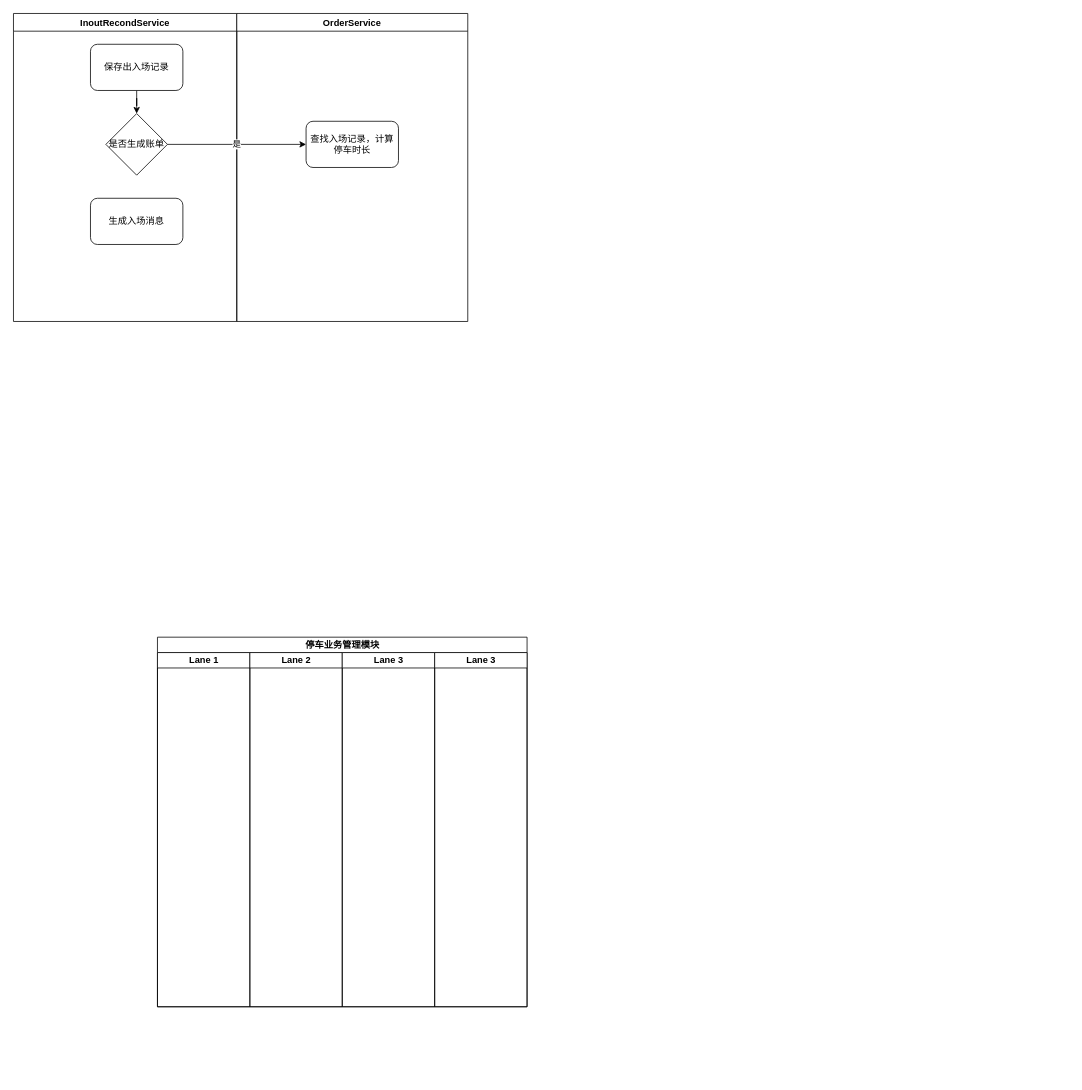
This is page "生成账单流程" (3 of 4) of hg/sm@rtpark/Untitled Diagram.drawio from yywyuwei/BusinessProcess, a draw.io file, before an edit. Source tidied: cells renumbered, new cells numbered last; positions are measured from the earlier drawing's top-left corner, leaving out a move shared by most shapes. Both pictures are drawn from the tidied source at 77%, with x=0, y=0 at pixel (13, 13).
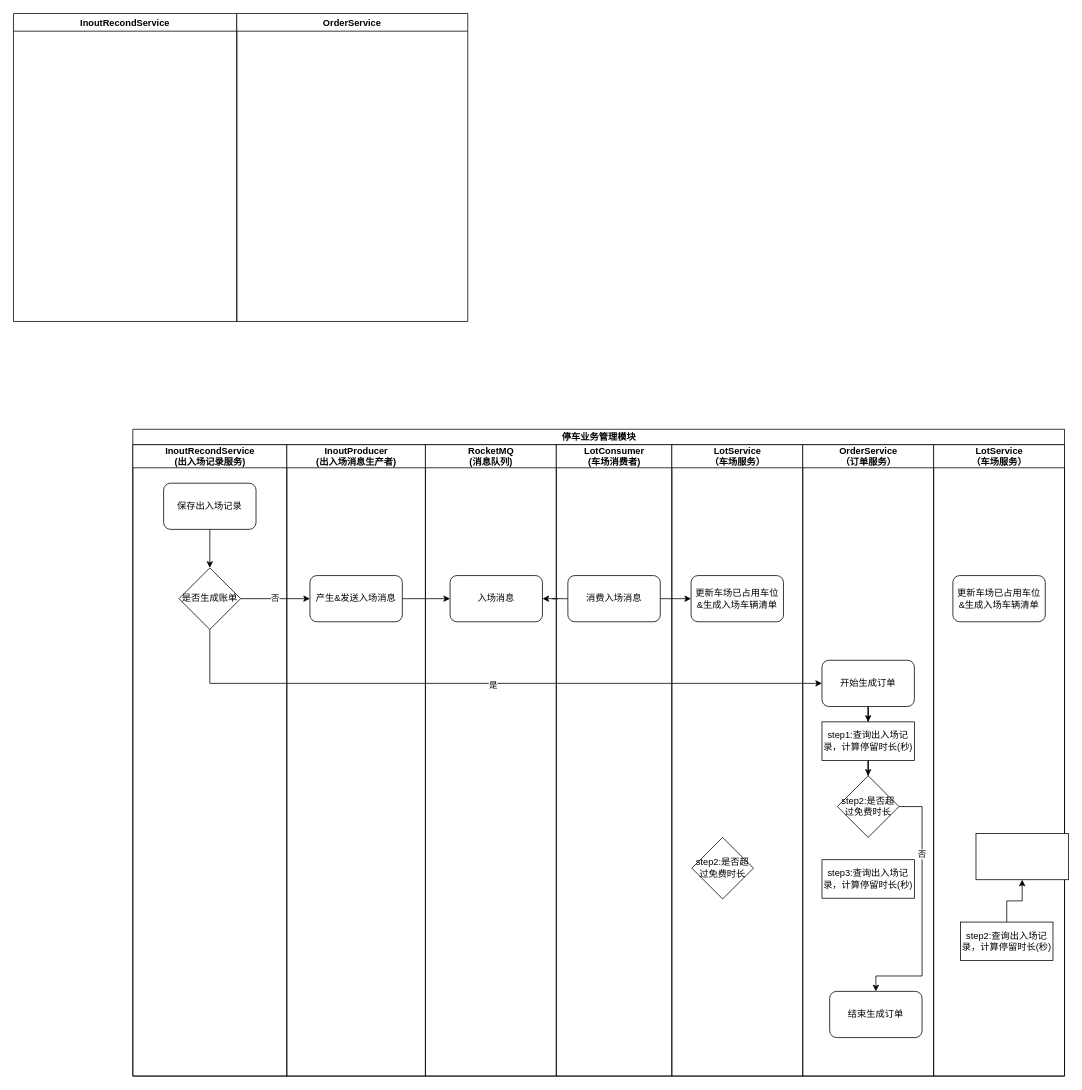
After the change.

Unchanged cells that the change refers to:
```xml
<mxCell id="2" style="group;" parent="1" vertex="1">
  <mxGeometry width="790" height="400" as="geometry" />
</mxCell>
<mxCell id="3" value="InoutRecondService" style="swimlane;" parent="2" vertex="1">
  <mxGeometry width="290" height="400" as="geometry" />
</mxCell>
```

Diff of the diagram source:
```diff
@@
-    <mxCell id="4" style="edgeStyle=orthogonalEdgeStyle;rounded=0;jettySize=auto;html=1;exitX=0.5;exitY=1;exitDx=0;exitDy=0;" parent="3" edge="1" source="5" target="6">
-      <mxGeometry relative="1" as="geometry" />
-    </mxCell>
+    <mxCell id="8" value="OrderService" style="swimlane;" parent="2" vertex="1">
+      <mxGeometry x="290" width="300" height="400" as="geometry" />
+    </mxCell>
+    <mxCell id="11" value="&lt;div&gt;停车业务管理模块&lt;/div&gt;" style="swimlane;html=1;startSize=20;" parent="1" vertex="1">
+      <mxGeometry x="155" y="540" width="1210" height="840" as="geometry" />
+    </mxCell>
+    <mxCell id="12" value="InoutRecondService&lt;br&gt;&lt;div&gt;(出入场记录服务)&lt;/div&gt;" style="swimlane;html=1;startSize=30;" parent="11" vertex="1">
+      <mxGeometry y="20" width="200" height="820" as="geometry" />
+    </mxCell>
-    <mxCell id="5" value="保存出入场记录" style="rounded=1;whiteSpace=wrap;html=1;" parent="3" vertex="1">
-      <mxGeometry x="100" y="40" width="120" height="60" as="geometry" />
+    <mxCell id="5" value="保存出入场记录" style="rounded=1;whiteSpace=wrap;html=1;" parent="12" vertex="1">
+      <mxGeometry x="40" y="50" width="120" height="60" as="geometry" />
     </mxCell>
-    <mxCell id="6" value="是否生成账单" style="rhombus;whiteSpace=wrap;html=1;" parent="3" vertex="1">
-      <mxGeometry x="120" y="130" width="80" height="80" as="geometry" />
+    <mxCell id="6" value="是否生成账单" style="rhombus;whiteSpace=wrap;html=1;" parent="12" vertex="1">
+      <mxGeometry x="60" y="160" width="80" height="80" as="geometry" />
     </mxCell>
+    <mxCell id="4" style="edgeStyle=orthogonalEdgeStyle;rounded=0;jettySize=auto;html=1;exitX=0.5;exitY=1;exitDx=0;exitDy=0;" parent="12" edge="1" source="5" target="6">
+      <mxGeometry relative="1" as="geometry" />
+    </mxCell>
+    <mxCell id="13" value="InoutProducer&lt;br&gt;&lt;div&gt;(出入场消息生产者)&lt;/div&gt;" style="swimlane;html=1;startSize=30;" parent="11" vertex="1">
+      <mxGeometry x="200" y="20" width="180" height="820" as="geometry" />
+    </mxCell>
-    <mxCell id="7" value="生成入场消息" style="rounded=1;whiteSpace=wrap;html=1;" parent="3" vertex="1">
-      <mxGeometry x="100" y="240" width="120" height="60" as="geometry" />
+    <mxCell id="7" value="产生&amp;amp;发送入场消息" style="rounded=1;whiteSpace=wrap;html=1;" parent="13" vertex="1">
+      <mxGeometry x="30" y="170" width="120" height="60" as="geometry" />
     </mxCell>
-    <mxCell id="8" value="OrderService" style="swimlane;" parent="2" vertex="1">
-      <mxGeometry x="290" width="300" height="400" as="geometry" />
-    </mxCell>
-    <mxCell id="9" value="查找入场记录，计算停车时长" style="rounded=1;whiteSpace=wrap;html=1;" parent="8" vertex="1">
-      <mxGeometry x="90" y="140" width="120" height="60" as="geometry" />
-    </mxCell>
+    <mxCell id="14" value="RocketMQ&lt;br&gt;(消息队列)" style="swimlane;html=1;startSize=30;" parent="11" vertex="1">
+      <mxGeometry x="380" y="20" width="170" height="820" as="geometry" />
+    </mxCell>
+    <mxCell id="16" value="入场消息" style="rounded=1;whiteSpace=wrap;html=1;" parent="14" vertex="1">
+      <mxGeometry x="32" y="170" width="120" height="60" as="geometry" />
+    </mxCell>
+    <mxCell id="15" value="LotConsumer&lt;br&gt;(车场消费者)" style="swimlane;html=1;startSize=30;" parent="11" vertex="1">
+      <mxGeometry x="550" y="20" width="150" height="820" as="geometry" />
+    </mxCell>
+    <mxCell id="17" value="消费入场消息" style="rounded=1;whiteSpace=wrap;html=1;" parent="15" vertex="1">
+      <mxGeometry x="15" y="170" width="120" height="60" as="geometry" />
+    </mxCell>
+    <mxCell id="18" value="LotService&lt;br&gt;（车场服务）" style="swimlane;html=1;startSize=30;" parent="11" vertex="1">
+      <mxGeometry x="700" y="20" width="170" height="820" as="geometry" />
+    </mxCell>
+    <mxCell id="19" value="更新车场已占用车位&lt;br&gt;&amp;amp;生成入场车辆清单" style="rounded=1;whiteSpace=wrap;html=1;" parent="18" vertex="1">
+      <mxGeometry x="25" y="170" width="120" height="60" as="geometry" />
+    </mxCell>
+    <mxCell id="20" value="step2:是否超过免费时长" style="rhombus;whiteSpace=wrap;html=1;" parent="18" vertex="1">
+      <mxGeometry x="26" y="510" width="80" height="80" as="geometry" />
+    </mxCell>
+    <mxCell id="21" value="否" style="edgeStyle=orthogonalEdgeStyle;rounded=0;jettySize=auto;html=1;exitX=1;exitY=0.5;exitDx=0;exitDy=0;entryX=0;entryY=0.5;entryDx=0;entryDy=0;" parent="11" edge="1" source="6" target="7">
+      <mxGeometry relative="1" as="geometry" />
+    </mxCell>
+    <mxCell id="22" style="edgeStyle=orthogonalEdgeStyle;rounded=0;jettySize=auto;html=1;" parent="11" edge="1" source="7" target="16">
+      <mxGeometry relative="1" as="geometry" />
+    </mxCell>
+    <mxCell id="23" style="edgeStyle=orthogonalEdgeStyle;rounded=0;jettySize=auto;html=1;" parent="11" edge="1" source="17" target="19">
+      <mxGeometry relative="1" as="geometry" />
+    </mxCell>
+    <mxCell id="24" style="edgeStyle=orthogonalEdgeStyle;rounded=0;jettySize=auto;html=1;" parent="11" edge="1" source="17" target="16">
+      <mxGeometry relative="1" as="geometry" />
+    </mxCell>
+    <mxCell id="25" value="OrderService&lt;br&gt;（订单服务）" style="swimlane;html=1;startSize=30;" parent="11" vertex="1">
+      <mxGeometry x="870" y="20" width="170" height="820" as="geometry" />
+    </mxCell>
+    <mxCell id="26" style="edgeStyle=orthogonalEdgeStyle;rounded=0;jettySize=auto;html=1;" parent="25" edge="1" source="27" target="29">
+      <mxGeometry relative="1" as="geometry" />
+    </mxCell>
+    <mxCell id="27" value="&lt;div&gt;开始生成订单&lt;/div&gt;" style="rounded=1;whiteSpace=wrap;html=1;" parent="25" vertex="1">
+      <mxGeometry x="25" y="280" width="120" height="60" as="geometry" />
+    </mxCell>
+    <mxCell id="28" style="edgeStyle=orthogonalEdgeStyle;rounded=0;jettySize=auto;html=1;" parent="25" edge="1" source="29" target="30">
+      <mxGeometry relative="1" as="geometry" />
+    </mxCell>
+    <mxCell id="29" value="step1:查询出入场记录，计算停留时长(秒)" style="rounded=0;whiteSpace=wrap;html=1;" parent="25" vertex="1">
+      <mxGeometry x="25" y="360" width="120" height="50" as="geometry" />
+    </mxCell>
+    <mxCell id="30" value="step2:是否超过免费时长" style="rhombus;whiteSpace=wrap;html=1;" parent="25" vertex="1">
+      <mxGeometry x="45" y="430" width="80" height="80" as="geometry" />
+    </mxCell>
+    <mxCell id="31" value="&lt;div&gt;结束生成订单&lt;/div&gt;" style="rounded=1;whiteSpace=wrap;html=1;" parent="25" vertex="1">
+      <mxGeometry x="35" y="710" width="120" height="60" as="geometry" />
+    </mxCell>
+    <mxCell id="32" style="edgeStyle=orthogonalEdgeStyle;rounded=0;jettySize=auto;html=1;entryX=0.5;entryY=0;entryDx=0;entryDy=0;exitX=1;exitY=0.5;exitDx=0;exitDy=0;" parent="25" edge="1" source="30" target="31">
+      <mxGeometry relative="1" as="geometry">
+        <Array as="points">
+          <mxPoint x="155" y="470" />
+          <mxPoint x="155" y="690" />
+          <mxPoint x="95" y="690" />
+        </Array>
+      </mxGeometry>
+    </mxCell>
+    <mxCell id="33" value="&lt;div&gt;否&lt;/div&gt;" style="edgeLabel;html=1;align=center;verticalAlign=middle;" parent="32" vertex="1">
+      <mxGeometry x="-0.45" y="-1" relative="1" as="geometry" />
+    </mxCell>
+    <mxCell id="34" value="step3:查询出入场记录，计算停留时长(秒)" style="rounded=0;whiteSpace=wrap;html=1;" parent="25" vertex="1">
+      <mxGeometry x="25" y="539" width="120" height="50" as="geometry" />
+    </mxCell>
+    <mxCell id="35" value="LotService&lt;br&gt;（车场服务）" style="swimlane;html=1;startSize=30;" parent="11" vertex="1">
+      <mxGeometry x="1040" y="20" width="170" height="820" as="geometry" />
+    </mxCell>
+    <mxCell id="36" value="更新车场已占用车位&lt;br&gt;&amp;amp;生成入场车辆清单" style="rounded=1;whiteSpace=wrap;html=1;" parent="35" vertex="1">
+      <mxGeometry x="25" y="170" width="120" height="60" as="geometry" />
+    </mxCell>
+    <mxCell id="37" value="step2:查询出入场记录，计算停留时长(秒)" style="rounded=0;whiteSpace=wrap;html=1;" parent="35" vertex="1">
+      <mxGeometry x="35" y="620" width="120" height="50" as="geometry" />
+    </mxCell>
+    <mxCell id="38" style="edgeStyle=orthogonalEdgeStyle;rounded=0;jettySize=auto;html=1;exitX=0.5;exitY=1;exitDx=0;exitDy=0;entryX=0;entryY=0.5;entryDx=0;entryDy=0;" parent="11" edge="1" source="6" target="27">
+      <mxGeometry relative="1" as="geometry" />
+    </mxCell>
-    <mxCell id="10" value="是" style="edgeStyle=orthogonalEdgeStyle;rounded=0;jettySize=auto;html=1;" parent="2" edge="1" source="6" target="9">
-      <mxGeometry relative="1" as="geometry" />
+    <mxCell id="10" value="是" style="edgeLabel;html=1;align=center;verticalAlign=middle;" parent="38" vertex="1">
+      <mxGeometry x="0.01" y="-1" relative="1" as="geometry" />
     </mxCell>
-    <mxCell id="11" value="&lt;div&gt;停车业务管理模块&lt;/div&gt;" style="swimlane;html=1;startSize=20;" parent="1" vertex="1">
-      <mxGeometry x="187" y="810" width="480" height="480" as="geometry" />
-    </mxCell>
-    <mxCell id="12" value="Lane 1" style="swimlane;html=1;startSize=20;" parent="11" vertex="1">
-      <mxGeometry y="20" width="120" height="460" as="geometry" />
-    </mxCell>
-    <mxCell id="13" value="Lane 2" style="swimlane;html=1;startSize=20;" parent="11" vertex="1">
-      <mxGeometry x="120" y="20" width="120" height="460" as="geometry" />
-    </mxCell>
-    <mxCell id="14" value="Lane 3" style="swimlane;html=1;startSize=20;" parent="11" vertex="1">
-      <mxGeometry x="240" y="20" width="120" height="460" as="geometry" />
-    </mxCell>
-    <mxCell id="15" value="Lane 3" style="swimlane;html=1;startSize=20;" parent="11" vertex="1">
-      <mxGeometry x="360" y="20" width="120" height="460" as="geometry" />
-    </mxCell>
+    <mxCell id="39" style="whiteSpace=wrap;html=1;rounded=0;" parent="1" vertex="1">
+      <mxGeometry x="1250" y="1065" width="120" height="60" as="geometry" />
+    </mxCell>
+    <mxCell id="40" style="edgeStyle=orthogonalEdgeStyle;rounded=0;jettySize=auto;html=1;" parent="1" edge="1" source="37" target="39">
+      <mxGeometry relative="1" as="geometry" />
+    </mxCell>
```
